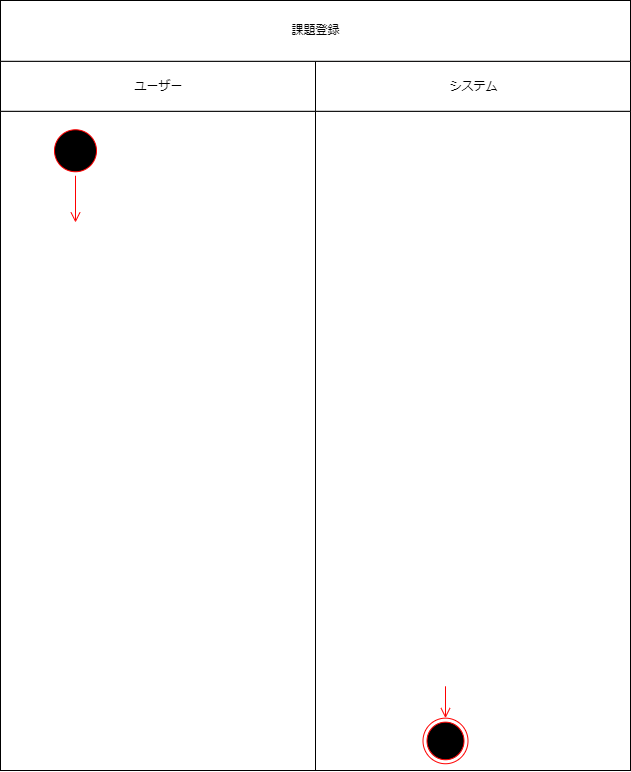
Earlier version of the draw.io export 振る舞い図/アクティビティ図/アクティビティ図＿課題登録.drawio.png (masaki1234567/psp4). Source tidied: cells renumbered, new cells last; positions are measured from the earlier drawing's top-left corner, leaving out a move shared by most shapes.
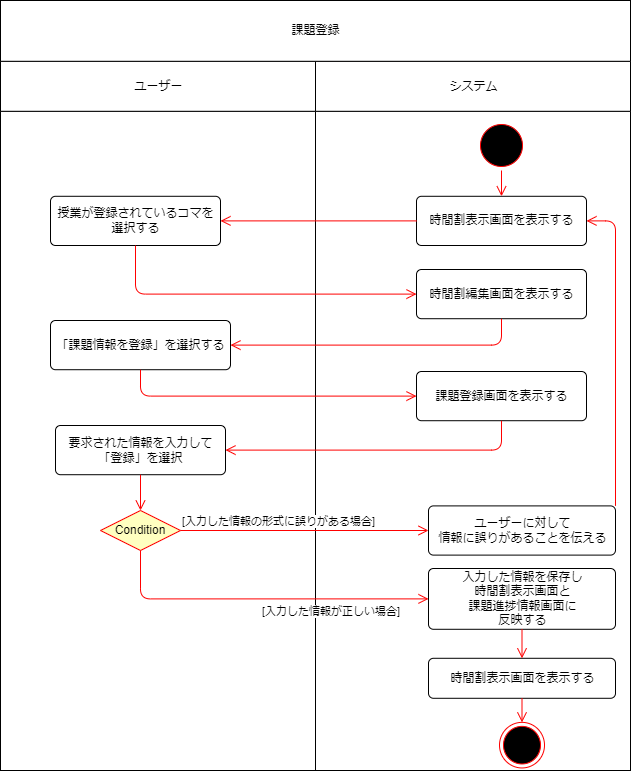
Later version of the same file.

Commit message:
課題登録アクティビティ図完成

What changed in the source:
```diff
@@ -3,10 +3,10 @@
     <mxCell id="0" />
     <mxCell id="1" parent="0" />
     <mxCell id="2" style="group;" parent="1" vertex="1">
-      <mxGeometry width="630" height="770" as="geometry" />
+      <mxGeometry width="640" height="770" as="geometry" />
     </mxCell>
     <mxCell id="3" style="group;" parent="2" vertex="1">
-      <mxGeometry y="60.8" width="630" height="709.2" as="geometry" />
+      <mxGeometry y="60.8" width="640" height="709.2" as="geometry" />
     </mxCell>
     <mxCell id="4" style="group;" parent="3" vertex="1">
       <mxGeometry width="315" height="709.2" as="geometry" />
@@ -17,17 +17,21 @@
     <mxCell id="6" value="ユーザー" style="html=1;dashed=0;whitespace=wrap;" parent="4" vertex="1">
       <mxGeometry width="315" height="50" as="geometry" />
     </mxCell>
-    <mxCell id="7" style="group;" parent="4" vertex="1">
-      <mxGeometry x="50" y="75.2" width="50" height="128.9" as="geometry" />
-    </mxCell>
-    <mxCell id="8" style="ellipse;html=1;shape=startState;fillColor=#000000;strokeColor=#ff0000;" parent="7" vertex="1">
-      <mxGeometry y="-10.7" width="50" height="50" as="geometry" />
-    </mxCell>
-    <mxCell id="9" style="edgeStyle=orthogonalEdgeStyle;html=1;verticalAlign=bottom;endArrow=open;endSize=8;strokeColor=#ff0000;entryX=0.25;entryY=0;entryDx=0;entryDy=0;" parent="4" edge="1" source="8">
-      <mxGeometry relative="1" as="geometry">
-        <mxPoint x="75" y="161.2" as="targetPoint" />
-      </mxGeometry>
-    </mxCell>
+    <mxCell id="17" value="授業が登録されているコマを&lt;br&gt;選択する" style="html=1;align=center;verticalAlign=middle;rounded=1;absoluteArcSize=1;arcSize=10;dashed=0;" parent="4" vertex="1">
+      <mxGeometry x="50" y="135" width="170" height="49.2" as="geometry" />
+    </mxCell>
+    <mxCell id="18" value="「課題情報を登録」を選択する" style="html=1;align=center;verticalAlign=middle;rounded=1;absoluteArcSize=1;arcSize=10;dashed=0;" parent="4" vertex="1">
+      <mxGeometry x="50" y="259.2" width="180" height="49.2" as="geometry" />
+    </mxCell>
+    <mxCell id="19" value="要求された情報を入力して&lt;br&gt;「登録」を選択" style="html=1;align=center;verticalAlign=middle;rounded=1;absoluteArcSize=1;arcSize=10;dashed=0;" parent="4" vertex="1">
+      <mxGeometry x="55" y="364.2" width="170" height="49.2" as="geometry" />
+    </mxCell>
+    <mxCell id="20" value="Condition" style="rhombus;whiteSpace=wrap;html=1;fillColor=#ffffc0;strokeColor=#ff0000;" parent="4" vertex="1">
+      <mxGeometry x="100" y="449.2" width="80" height="40" as="geometry" />
+    </mxCell>
+    <mxCell id="21" style="edgeStyle=orthogonalEdgeStyle;html=1;verticalAlign=bottom;endArrow=open;endSize=8;strokeColor=#ff0000;exitX=0.5;exitY=1;exitDx=0;exitDy=0;entryX=0.5;entryY=0;entryDx=0;entryDy=0;" parent="4" edge="1" source="19" target="20">
+      <mxGeometry relative="1" as="geometry" />
+    </mxCell>
     <mxCell id="10" style="group;fillColor=none;fontColor=#ffffff;strokeColor=#6F0000;" parent="3" vertex="1">
       <mxGeometry x="315" width="315" height="709.2" as="geometry" />
     </mxCell>
@@ -37,19 +41,67 @@
     <mxCell id="12" value="システム" style="html=1;dashed=0;whitespace=wrap;" parent="10" vertex="1">
       <mxGeometry width="315" height="50" as="geometry" />
     </mxCell>
-    <mxCell id="13" style="edgeStyle=orthogonalEdgeStyle;html=1;verticalAlign=bottom;endArrow=open;endSize=8;strokeColor=#ff0000;exitX=0.5;exitY=1;exitDx=0;exitDy=0;entryX=0.5;entryY=0;entryDx=0;entryDy=0;" parent="10" edge="1" source="x">
-      <mxGeometry relative="1" as="geometry">
-        <mxPoint x="130" y="566.6" as="targetPoint" />
-      </mxGeometry>
-    </mxCell>
+    <mxCell id="8" style="ellipse;html=1;shape=startState;fillColor=#000000;strokeColor=#ff0000;" parent="10" vertex="1">
+      <mxGeometry x="161" y="59.2" width="50" height="50" as="geometry" />
+    </mxCell>
+    <mxCell id="22" value="時間割表示画面を表示する" style="html=1;align=center;verticalAlign=middle;rounded=1;absoluteArcSize=1;arcSize=10;dashed=0;" parent="10" vertex="1">
+      <mxGeometry x="101" y="135" width="170" height="49.2" as="geometry" />
+    </mxCell>
+    <mxCell id="9" style="edgeStyle=orthogonalEdgeStyle;html=1;verticalAlign=bottom;endArrow=open;endSize=8;strokeColor=#ff0000;entryX=0.5;entryY=0;entryDx=0;entryDy=0;" parent="10" edge="1" source="8" target="22">
+      <mxGeometry relative="1" as="geometry" />
+    </mxCell>
+    <mxCell id="23" value="時間割編集画面を表示する" style="html=1;align=center;verticalAlign=middle;rounded=1;absoluteArcSize=1;arcSize=10;dashed=0;" parent="10" vertex="1">
+      <mxGeometry x="101" y="208.2" width="170" height="49.2" as="geometry" />
+    </mxCell>
+    <mxCell id="24" value="課題登録画面を表示する" style="html=1;align=center;verticalAlign=middle;rounded=1;absoluteArcSize=1;arcSize=10;dashed=0;" parent="10" vertex="1">
+      <mxGeometry x="101" y="310.2" width="170" height="49.2" as="geometry" />
+    </mxCell>
+    <mxCell id="25" value="ユーザーに対して&lt;br&gt;情報に誤りがあることを伝える" style="html=1;align=center;verticalAlign=middle;rounded=1;absoluteArcSize=1;arcSize=10;dashed=0;" parent="10" vertex="1">
+      <mxGeometry x="113" y="444.6" width="187" height="49.2" as="geometry" />
+    </mxCell>
+    <mxCell id="26" style="edgeStyle=orthogonalEdgeStyle;html=1;verticalAlign=bottom;endArrow=open;endSize=8;strokeColor=#ff0000;exitX=1;exitY=0;exitDx=0;exitDy=0;entryX=1;entryY=0.5;entryDx=0;entryDy=0;" parent="10" edge="1" source="25" target="22">
+      <mxGeometry relative="1" as="geometry" />
+    </mxCell>
+    <mxCell id="27" value="入力した情報を保存し&lt;br&gt;時間割表示画面と&lt;br&gt;課題進捗情報画面に&lt;br&gt;反映する" style="html=1;align=center;verticalAlign=middle;rounded=1;absoluteArcSize=1;arcSize=10;dashed=0;" parent="10" vertex="1">
+      <mxGeometry x="113" y="507.2" width="187" height="60.8" as="geometry" />
+    </mxCell>
+    <mxCell id="28" value="時間割表示画面を表示する" style="html=1;align=center;verticalAlign=middle;rounded=1;absoluteArcSize=1;arcSize=10;dashed=0;" parent="10" vertex="1">
+      <mxGeometry x="113" y="597" width="187" height="40" as="geometry" />
+    </mxCell>
+    <mxCell id="29" style="edgeStyle=orthogonalEdgeStyle;html=1;verticalAlign=bottom;endArrow=open;endSize=8;strokeColor=#ff0000;exitX=0.5;exitY=1;exitDx=0;exitDy=0;entryX=0.5;entryY=0;entryDx=0;entryDy=0;" parent="10" edge="1" source="27" target="28">
+      <mxGeometry relative="1" as="geometry" />
+    </mxCell>
     <mxCell id="14" style="ellipse;html=1;shape=endState;fillColor=#000000;strokeColor=#ff0000;" parent="10" vertex="1">
-      <mxGeometry x="107.5" y="656.9" width="45" height="45.6" as="geometry" />
+      <mxGeometry x="184" y="661.1" width="45" height="45.6" as="geometry" />
     </mxCell>
-    <mxCell id="15" style="edgeStyle=orthogonalEdgeStyle;html=1;verticalAlign=bottom;endArrow=open;endSize=8;strokeColor=#ff0000;exitX=0.5;exitY=1;exitDx=0;exitDy=0;entryX=0.5;entryY=0;entryDx=0;entryDy=0;" parent="10" edge="1" target="14">
-      <mxGeometry relative="1" as="geometry">
-        <mxPoint x="130" y="625" as="sourcePoint" />
-      </mxGeometry>
+    <mxCell id="15" style="edgeStyle=orthogonalEdgeStyle;html=1;verticalAlign=bottom;endArrow=open;endSize=8;strokeColor=#ff0000;exitX=0.5;exitY=1;exitDx=0;exitDy=0;entryX=0.5;entryY=0;entryDx=0;entryDy=0;" parent="10" edge="1" source="28" target="14">
+      <mxGeometry relative="1" as="geometry" />
     </mxCell>
+    <mxCell id="30" style="edgeStyle=orthogonalEdgeStyle;html=1;verticalAlign=bottom;endArrow=open;endSize=8;strokeColor=#ff0000;exitX=0;exitY=0.5;exitDx=0;exitDy=0;entryX=1;entryY=0.5;entryDx=0;entryDy=0;" parent="3" edge="1" source="22" target="17">
+      <mxGeometry relative="1" as="geometry" />
+    </mxCell>
+    <mxCell id="31" style="edgeStyle=orthogonalEdgeStyle;html=1;verticalAlign=bottom;endArrow=open;endSize=8;strokeColor=#ff0000;exitX=0.5;exitY=1;exitDx=0;exitDy=0;entryX=0;entryY=0.5;entryDx=0;entryDy=0;" parent="3" edge="1" source="17" target="23">
+      <mxGeometry relative="1" as="geometry" />
+    </mxCell>
+    <mxCell id="32" style="edgeStyle=orthogonalEdgeStyle;html=1;verticalAlign=bottom;endArrow=open;endSize=8;strokeColor=#ff0000;exitX=0.5;exitY=1;exitDx=0;exitDy=0;entryX=1;entryY=0.5;entryDx=0;entryDy=0;" parent="3" edge="1" source="23" target="18">
+      <mxGeometry relative="1" as="geometry" />
+    </mxCell>
+    <mxCell id="33" style="edgeStyle=orthogonalEdgeStyle;html=1;verticalAlign=bottom;endArrow=open;endSize=8;strokeColor=#ff0000;entryX=0;entryY=0.5;entryDx=0;entryDy=0;exitX=0.5;exitY=1;exitDx=0;exitDy=0;" parent="3" edge="1" source="18" target="24">
+      <mxGeometry relative="1" as="geometry" />
+    </mxCell>
+    <mxCell id="34" style="edgeStyle=orthogonalEdgeStyle;html=1;verticalAlign=bottom;endArrow=open;endSize=8;strokeColor=#ff0000;exitX=0.5;exitY=1;exitDx=0;exitDy=0;entryX=1;entryY=0.5;entryDx=0;entryDy=0;" parent="3" edge="1" source="24" target="19">
+      <mxGeometry relative="1" as="geometry" />
+    </mxCell>
+    <mxCell id="35" value="[入力した情報の形式に誤りがある場合]" style="edgeStyle=orthogonalEdgeStyle;html=1;align=left;verticalAlign=bottom;endArrow=open;endSize=8;strokeColor=#ff0000;entryX=0;entryY=0.5;entryDx=0;entryDy=0;" parent="3" edge="1" source="20" target="25">
+      <mxGeometry x="-1" relative="1" as="geometry" />
+    </mxCell>
+    <mxCell id="36" value="&lt;span style=&quot;text-wrap: nowrap;&quot;&gt;[入力した情報が正しい場合]&lt;br&gt;&lt;/span&gt;" style="edgeStyle=orthogonalEdgeStyle;html=1;align=left;verticalAlign=top;endArrow=open;endSize=8;strokeColor=#ff0000;entryX=0;entryY=0.5;entryDx=0;entryDy=0;" parent="3" edge="1" source="20" target="27">
+      <mxGeometry relative="1" as="geometry">
+        <Array as="points">
+          <mxPoint x="140" y="538" />
+        </Array>
+      </mxGeometry>
+    </mxCell>
     <mxCell id="16" value="課題登録" style="html=1;dashed=0;whitespace=wrap;" parent="2" vertex="1">
       <mxGeometry width="630" height="60.8" as="geometry" />
     </mxCell>
```
